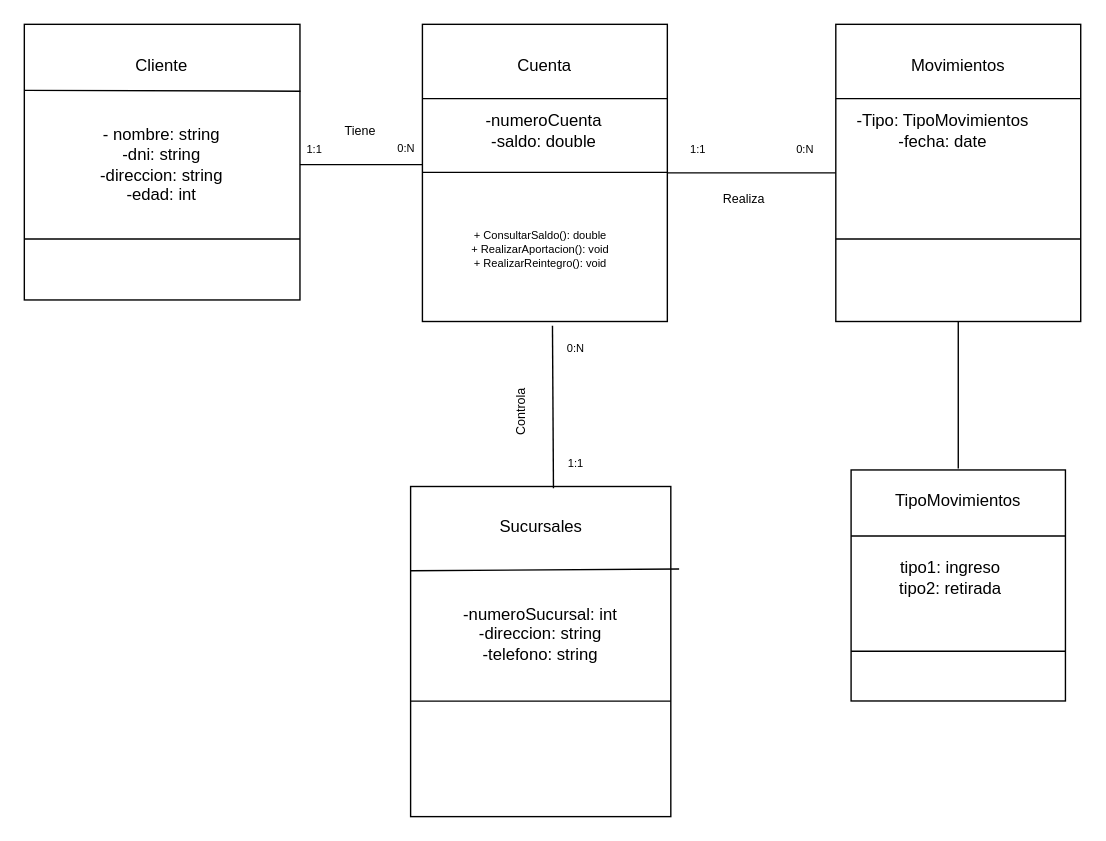
The draw.io diagram Entornos/7/Buaaa0.drawio in enderwigim/DAW1, before the edit. Source tidied: cells renumbered, new cells numbered last; positions are measured from the earlier drawing's top-left corner, leaving out a move shared by most shapes. Both pictures are drawn from the tidied source at 139%, with x=0, y=0 at pixel (24, 24).
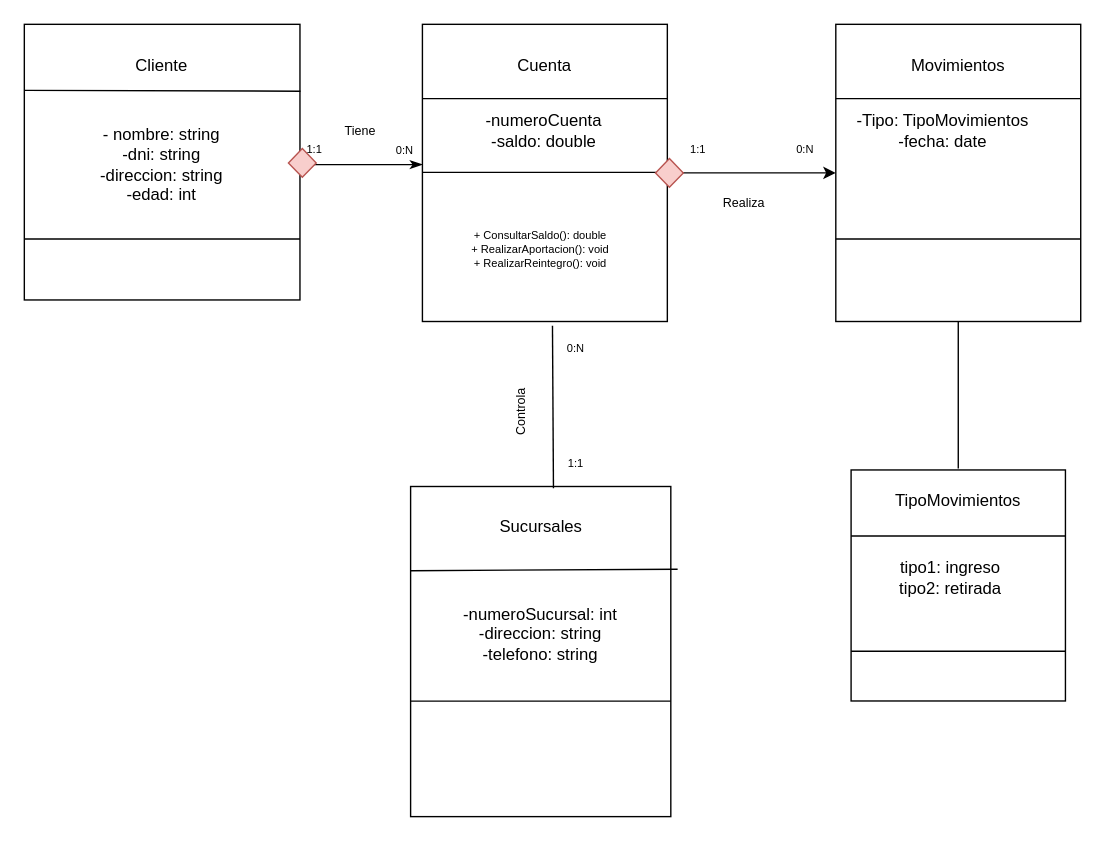
Above is the later version.

Unchanged cells that the change refers to:
```xml
<mxCell id="2" style="group;" parent="1" vertex="1">
  <mxGeometry width="760" height="570" as="geometry" />
</mxCell>
<mxCell id="8" value="- nombre: string&lt;div&gt;-dni: string&lt;/div&gt;&lt;div&gt;-direccion: string&lt;/div&gt;&lt;div&gt;-edad: int&lt;/div&gt;" style="text;html=1;align=center;verticalAlign=middle;whiteSpace=wrap;rounded=0;" parent="3" vertex="1">
  <mxGeometry y="83.1" width="198.3" height="35.6" as="geometry" />
</mxCell>
<mxCell id="19" style="rounded=0;whiteSpace=wrap;html=1;" parent="2" vertex="1">
  <mxGeometry x="286.4" width="176.2" height="213.8" as="geometry" />
</mxCell>
<mxCell id="27" style="rounded=0;whiteSpace=wrap;html=1;" parent="2" vertex="1">
  <mxGeometry x="583.8" width="176.2" height="213.8" as="geometry" />
</mxCell>
```

What changed in the source:
```diff
@@
+    <mxCell id="14" style="endArrow=classicThin;html=1;rounded=0;exitX=1;exitY=0.5;exitDx=0;exitDy=0;endFill=1;" parent="2" edge="1" source="8">
+      <mxGeometry relative="1" as="geometry">
+        <mxPoint x="286.4" y="100.9" as="targetPoint" />
+      </mxGeometry>
+    </mxCell>
     <mxCell id="3" style="group;" parent="2" vertex="1">
-      <mxGeometry width="198.7" height="213.8" as="geometry" />
+      <mxGeometry width="210" height="213.8" as="geometry" />
     </mxCell>
@@
+    <mxCell id="44" style="rhombus;whiteSpace=wrap;html=1;fillColor=#f8cecc;strokeColor=#b85450;" parent="3" vertex="1">
+      <mxGeometry x="190" y="89.4" width="20" height="20.6" as="geometry" />
+    </mxCell>
@@
-    <mxCell id="10" style="endArrow=none;html=1;rounded=0;entryX=1.032;entryY=0.295;entryDx=0;entryDy=0;entryPerimeter=0;" parent="2" edge="1">
+    <mxCell id="10" style="endArrow=none;html=1;rounded=0;" parent="2" edge="1">
       <mxGeometry relative="1" as="geometry">
         <mxPoint x="277.9" y="393.1" as="sourcePoint" />
-        <mxPoint x="471.1" y="391.9" as="targetPoint" />
+        <mxPoint x="470" y="392" as="targetPoint" />
       </mxGeometry>
     </mxCell>
@@
-    <mxCell id="14" style="endArrow=none;html=1;rounded=0;exitX=1;exitY=0.5;exitDx=0;exitDy=0;" parent="2" edge="1" source="8">
-      <mxGeometry relative="1" as="geometry">
-        <mxPoint x="286.4" y="100.9" as="targetPoint" />
-      </mxGeometry>
-    </mxCell>
-    <mxCell id="15" value="&lt;font style=&quot;font-size: 8px;&quot;&gt;1:1&lt;/font&gt;" style="text;html=1;align=center;verticalAlign=middle;whiteSpace=wrap;rounded=0;" parent="2" vertex="1">
-      <mxGeometry x="176.2" y="71.2" width="66.1" height="35.6" as="geometry" />
-    </mxCell>
@@
     <mxCell id="25" value="&lt;font style=&quot;font-size: 8px;&quot;&gt;0:N&lt;/font&gt;" style="text;html=1;align=center;verticalAlign=middle;whiteSpace=wrap;rounded=0;fontSize=6;" parent="2" vertex="1">
-      <mxGeometry x="242.3" y="71.2" width="66.1" height="35.6" as="geometry" />
+      <mxGeometry x="250" y="71.2" width="48.4" height="38.8" as="geometry" />
     </mxCell>
-    <mxCell id="26" style="edgeStyle=orthogonalEdgeStyle;rounded=0;jettySize=auto;html=1;exitX=0;exitY=0.5;exitDx=0;exitDy=0;entryX=1;entryY=0.5;entryDx=0;entryDy=0;endArrow=none;endFill=0;" parent="2" edge="1" source="27" target="19">
+    <mxCell id="26" style="edgeStyle=orthogonalEdgeStyle;rounded=0;jettySize=auto;html=1;exitX=0;exitY=0.5;exitDx=0;exitDy=0;entryX=1;entryY=0.5;entryDx=0;entryDy=0;endArrow=none;endFill=0;startArrow=classic;startFill=1;" parent="2" edge="1" source="27" target="19">
       <mxGeometry relative="1" as="geometry" />
     </mxCell>
@@
     <mxCell id="41" value="&lt;font style=&quot;font-size: 9px;&quot;&gt;Realiza&lt;/font&gt;" style="text;html=1;align=center;verticalAlign=middle;whiteSpace=wrap;rounded=0;" parent="2" vertex="1">
-      <mxGeometry x="484.6" y="106.9" width="66.1" height="35.6" as="geometry" />
+      <mxGeometry x="484.6" y="110" width="66.1" height="35.6" as="geometry" />
     </mxCell>
@@
+    <mxCell id="15" value="&lt;font style=&quot;font-size: 8px;&quot;&gt;1:1&lt;/font&gt;" style="text;html=1;align=center;verticalAlign=middle;whiteSpace=wrap;rounded=0;" parent="2" vertex="1">
+      <mxGeometry x="176.2" y="71.2" width="66.1" height="35.6" as="geometry" />
+    </mxCell>
+    <mxCell id="45" style="rhombus;whiteSpace=wrap;html=1;fillColor=#f8cecc;strokeColor=#b85450;" parent="2" vertex="1">
+      <mxGeometry x="454.1" y="96.6" width="20" height="20.6" as="geometry" />
+    </mxCell>
```
